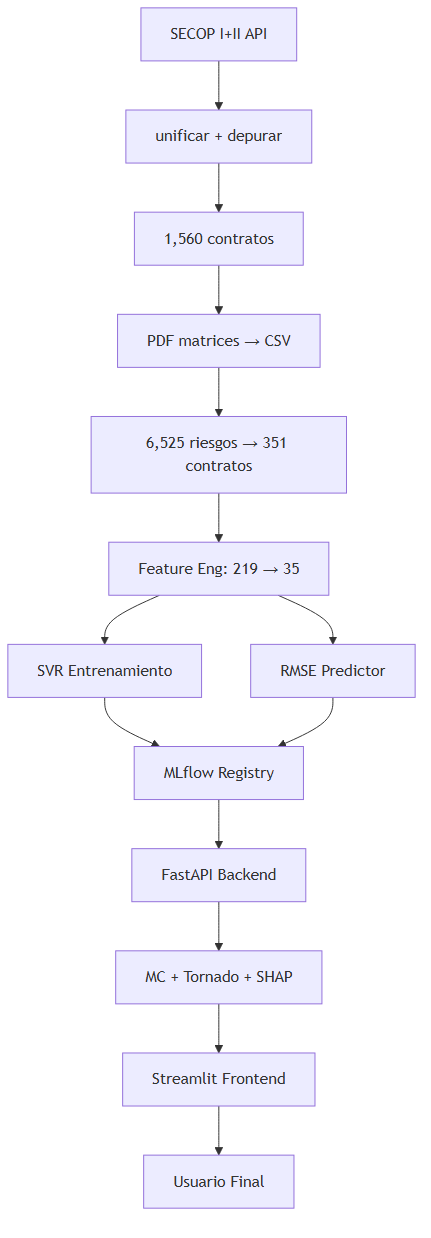
sanan1297/risk_project keeps this Mermaid diagram as docs/diagrams/8_7_pipeline_completo.png. Above is the earlier version. Its source is kept beside it as docs/diagrams/8_7_pipeline_completo.mmd.
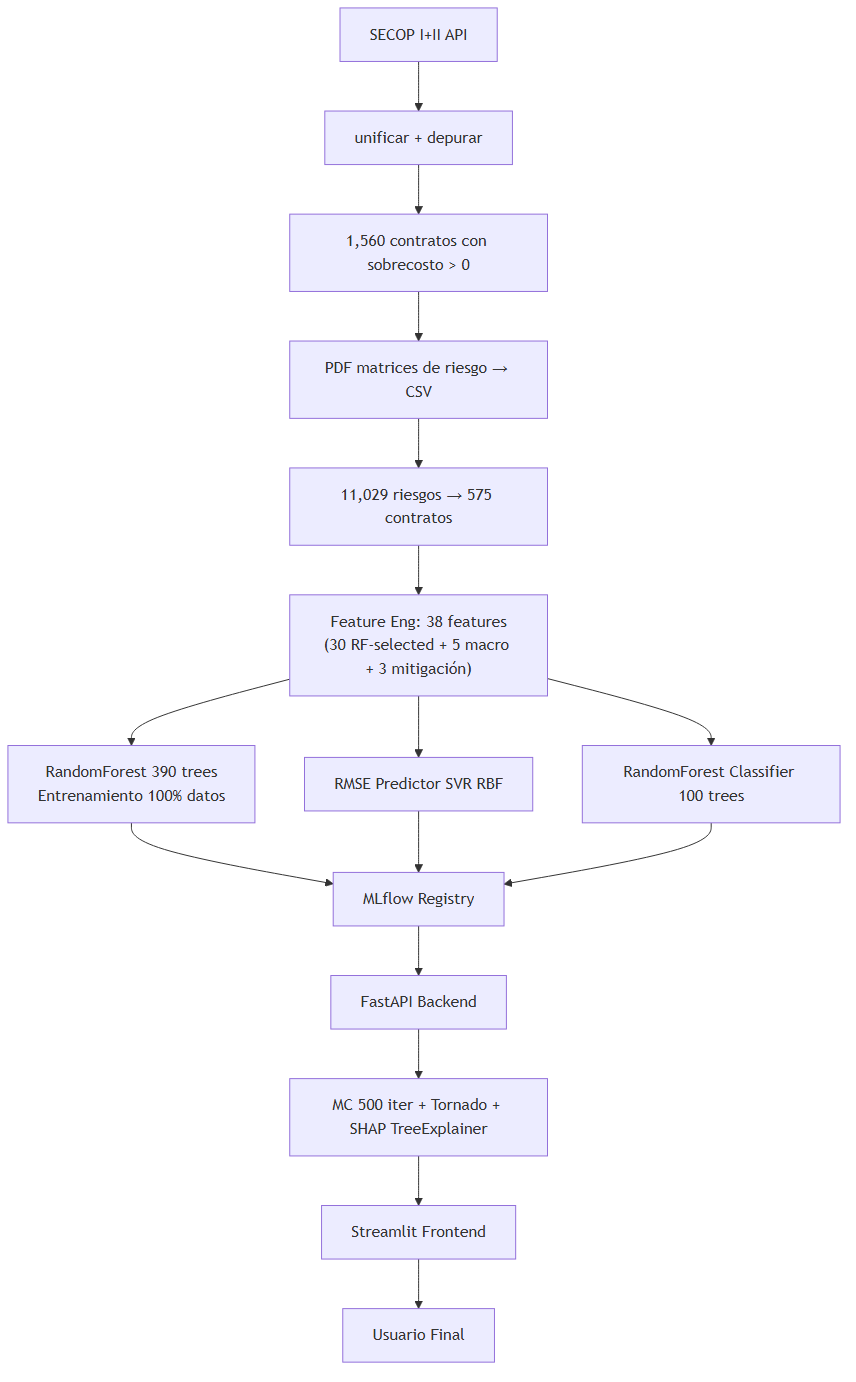
Later version of the same file.

The edit, as a diff of the source:
```diff
@@ -1,14 +1,16 @@
 graph TB
     A["SECOP I+II API"] --> B["unificar + depurar"]
-    B --> C["1,560 contratos"]
-    C --> D["PDF matrices → CSV"]
-    D --> E["6,525 riesgos → 351 contratos"]
-    E --> F["Feature Eng: 219 → 35"]
-    F --> G["SVR Entrenamiento"]
-    F --> H["RMSE Predictor"]
-    G --> I["MLflow Registry"]
-    H --> I
-    I --> J["FastAPI Backend"]
-    J --> K["MC + Tornado + SHAP"]
-    K --> L["Streamlit Frontend"]
-    L --> M["Usuario Final"]
+    B --> C["1,560 contratos con sobrecosto > 0"]
+    C --> D["PDF matrices de riesgo → CSV"]
+    D --> E["11,029 riesgos → 575 contratos"]
+    E --> F["Feature Eng: 38 features<br/>(30 RF-selected + 5 macro + 3 mitigación)"]
+    F --> G["RandomForest 390 trees<br/>Entrenamiento 100% datos"]
+    F --> H["RMSE Predictor SVR RBF"]
+    F --> I["RandomForest Classifier 100 trees"]
+    G --> J["MLflow Registry"]
+    H --> J
+    I --> J
+    J --> K["FastAPI Backend"]
+    K --> L["MC 500 iter + Tornado + SHAP TreeExplainer"]
+    L --> M["Streamlit Frontend"]
+    M --> N["Usuario Final"]
```
